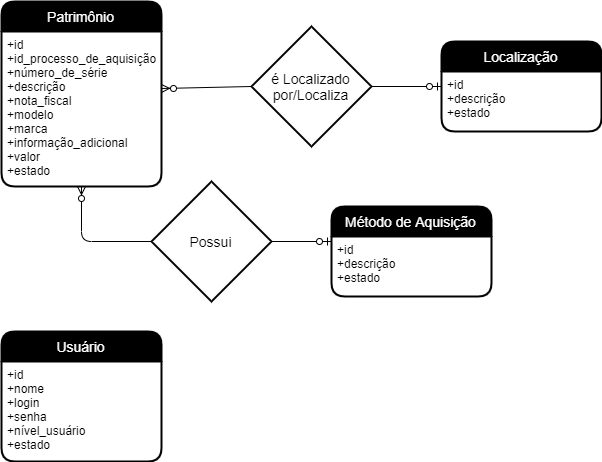
Above: Diagramas/DER.png in gabrielfelicidade/patrimonio-docs (draw.io), before the change. Source tidied: cells renumbered, new cells last; positions are measured from the earlier drawing's top-left corner, leaving out a move shared by most shapes.
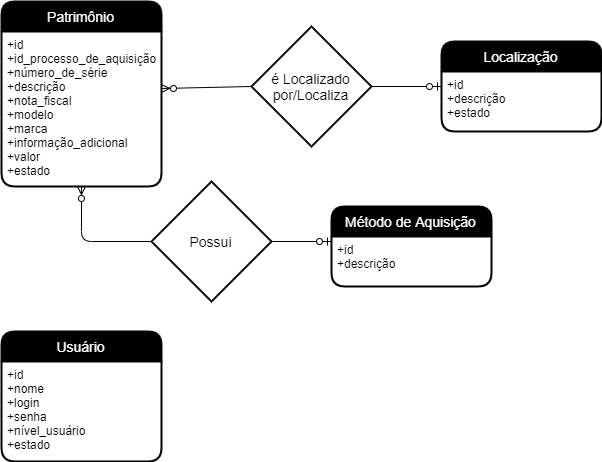
After the commit.

The edit, as a diff of the source:
```diff
@@ -15,10 +15,10 @@
       <mxGeometry y="30" width="160" height="60" as="geometry" />
     </mxCell>
     <mxCell id="6" value="Método de Aquisição" style="swimlane;horizontal=1;startSize=30;fillColor=#000000;fontColor=#FFFFFF;rounded=1;fontSize=14;fontStyle=0;strokeWidth=2;shadow=0;dashed=0;align=center;" parent="1" vertex="1">
-      <mxGeometry x="330" y="205" width="160" height="90" as="geometry" />
+      <mxGeometry x="330" y="205" width="160" height="80" as="geometry" />
     </mxCell>
-    <mxCell id="7" value="+id&#10;+descrição&#10;+estado" style="align=left;strokeColor=none;fillColor=none;spacingLeft=4;fontSize=12;verticalAlign=top;" parent="6" vertex="1">
-      <mxGeometry y="30" width="160" height="60" as="geometry" />
+    <mxCell id="7" value="+id&#10;+descrição&#10;" style="align=left;strokeColor=none;fillColor=none;spacingLeft=4;fontSize=12;verticalAlign=top;" parent="6" vertex="1">
+      <mxGeometry y="30" width="160" height="50" as="geometry" />
     </mxCell>
     <mxCell id="8" value="Usuário" style="swimlane;horizontal=1;startSize=30;fillColor=#000000;fontColor=#FFFFFF;rounded=1;fontSize=14;fontStyle=0;strokeWidth=2;shadow=0;dashed=0;align=center;" parent="1" vertex="1">
       <mxGeometry y="330" width="160" height="130" as="geometry" />
```
